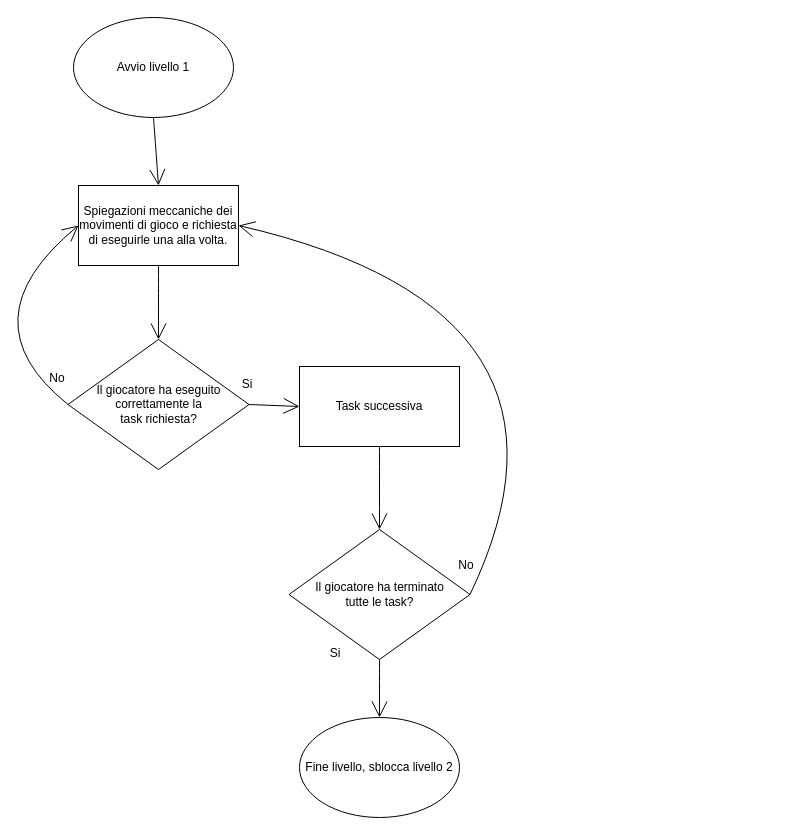
This is doc/Progetti Drawio/FlowChart/FlowchartLivello1.drawio from zSavT/Healthy-Catering, a draw.io file, before an edit. Source tidied: cells renumbered, new cells numbered last; positions are measured from the earlier drawing's top-left corner, leaving out a move shared by most shapes. Both pictures are drawn from the tidied source at 100%, with x=0, y=0 at pixel (-37, 17).
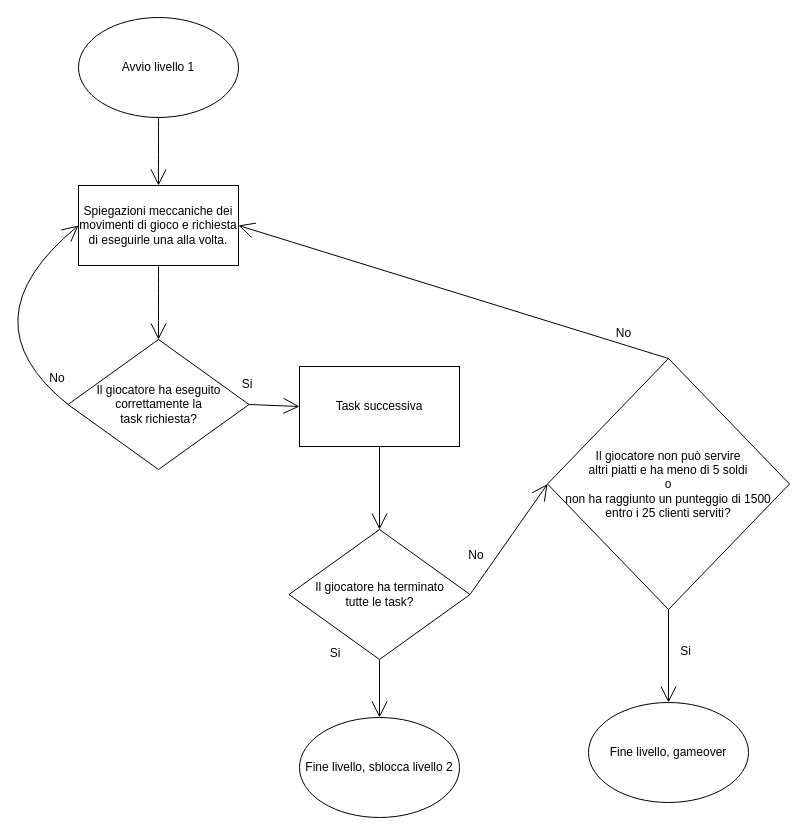
After the change.

Commit message (it also covers changes not shown here):
aggiornati flowchart livelli

The change refers to these unchanged cells:
```xml
<mxCell id="5" value="Spiegazioni meccaniche dei movimenti di gioco e richiesta di eseguirle una alla volta." style="rounded=0;whiteSpace=wrap;html=1;hachureGap=4;fontSize=12;" parent="1" vertex="1">
  <mxGeometry x="115" y="168" width="160" height="80" as="geometry" />
</mxCell>
<mxCell id="12" value="Il giocatore ha terminato&lt;br&gt;tutte le task?" style="rhombus;whiteSpace=wrap;html=1;hachureGap=4;fontSize=12;" parent="1" vertex="1">
  <mxGeometry x="325.5" y="512" width="181" height="130" as="geometry" />
</mxCell>
```

What changed in the source:
```diff
@@
     <mxCell id="3" value="Avvio livello 1" style="ellipse;whiteSpace=wrap;html=1;hachureGap=4;" parent="1" vertex="1">
-      <mxGeometry x="110" width="160" height="100" as="geometry" />
+      <mxGeometry x="115" width="160" height="100" as="geometry" />
     </mxCell>
@@
     <mxCell id="14" value="No" style="text;strokeColor=none;fillColor=none;html=1;align=center;verticalAlign=middle;whiteSpace=wrap;rounded=0;hachureGap=4;fontSize=12;" parent="1" vertex="1">
-      <mxGeometry x="473" y="533" width="60" height="30" as="geometry" />
+      <mxGeometry x="483" y="523" width="60" height="30" as="geometry" />
     </mxCell>
-    <mxCell id="15" style="edgeStyle=none;jettySize=auto;html=1;rounded=0;fontSize=12;endArrow=open;startSize=14;endSize=14;sourcePerimeterSpacing=8;targetPerimeterSpacing=8;curved=1;exitX=1;exitY=0.5;exitDx=0;exitDy=0;entryX=1;entryY=0.5;entryDx=0;entryDy=0;" parent="1" edge="1" source="12" target="5">
-      <mxGeometry relative="1" as="geometry">
-        <Array as="points">
-          <mxPoint x="643" y="293" />
-        </Array>
-      </mxGeometry>
-    </mxCell>
@@
+    <mxCell id="19" value="Il giocatore non può servire &lt;br&gt;altri piatti e ha meno di 5 soldi &lt;br&gt;o &lt;br&gt;non ha raggiunto un punteggio di 1500&lt;br&gt;entro i 25 clienti serviti?" style="rhombus;whiteSpace=wrap;html=1;hachureGap=4;fontSize=12;" parent="1" vertex="1">
+      <mxGeometry x="584" y="341" width="242" height="251" as="geometry" />
+    </mxCell>
+    <mxCell id="20" style="edgeStyle=none;jettySize=auto;html=1;rounded=0;fontSize=12;endArrow=open;startSize=14;endSize=14;sourcePerimeterSpacing=8;targetPerimeterSpacing=8;curved=1;exitX=1;exitY=0.5;exitDx=0;exitDy=0;entryX=0;entryY=0.5;entryDx=0;entryDy=0;" parent="1" edge="1" source="12" target="19">
+      <mxGeometry relative="1" as="geometry" />
+    </mxCell>
+    <mxCell id="21" style="edgeStyle=none;jettySize=auto;html=1;rounded=0;fontSize=12;endArrow=open;startSize=14;endSize=14;sourcePerimeterSpacing=8;targetPerimeterSpacing=8;curved=1;exitX=0.5;exitY=1;exitDx=0;exitDy=0;entryX=0.5;entryY=0;entryDx=0;entryDy=0;" parent="1" edge="1" source="19" target="23">
+      <mxGeometry relative="1" as="geometry" />
+    </mxCell>
+    <mxCell id="22" value="Si" style="text;html=1;align=center;verticalAlign=middle;strokeColor=none;fillColor=none;hachureGap=4;" parent="1" vertex="1">
+      <mxGeometry x="707" y="621" width="29" height="26" as="geometry" />
+    </mxCell>
+    <mxCell id="23" value="Fine livello, gameover" style="ellipse;whiteSpace=wrap;html=1;hachureGap=4;fontSize=12;" parent="1" vertex="1">
+      <mxGeometry x="625" y="685" width="160" height="100" as="geometry" />
+    </mxCell>
+    <mxCell id="24" style="edgeStyle=none;jettySize=auto;html=1;rounded=0;fontSize=12;endArrow=open;startSize=14;endSize=14;sourcePerimeterSpacing=8;targetPerimeterSpacing=8;curved=1;exitX=0.5;exitY=0;exitDx=0;exitDy=0;entryX=1;entryY=0.5;entryDx=0;entryDy=0;" parent="1" edge="1" source="19" target="5">
+      <mxGeometry relative="1" as="geometry" />
+    </mxCell>
+    <mxCell id="25" value="No" style="text;html=1;align=center;verticalAlign=middle;strokeColor=none;fillColor=none;hachureGap=4;" parent="1" vertex="1">
+      <mxGeometry x="643" y="303" width="33" height="26" as="geometry" />
+    </mxCell>
```
